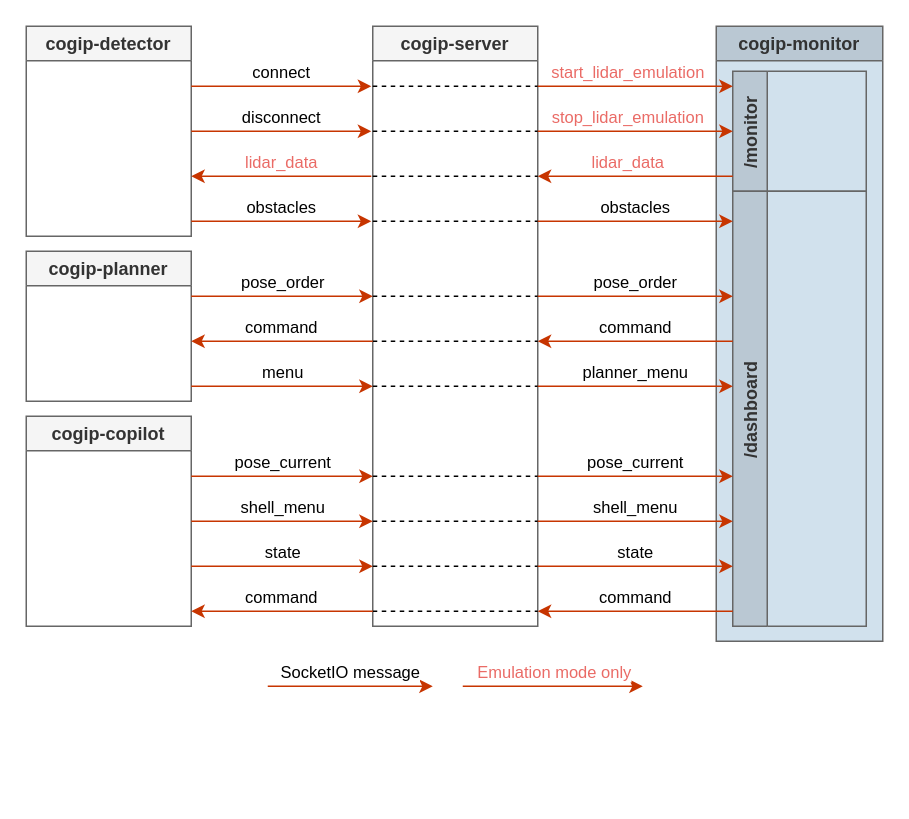
This is page "monitor" (6 of 7) of docs/img/cogip.drawio from cogip/simulation, a draw.io file, before an edit. Source tidied: cells renumbered, new cells numbered last; positions are measured from the earlier drawing's top-left corner, leaving out a move shared by most shapes. Both pictures are drawn from the tidied source at 150%, with x=0, y=0 at pixel (26, 26).
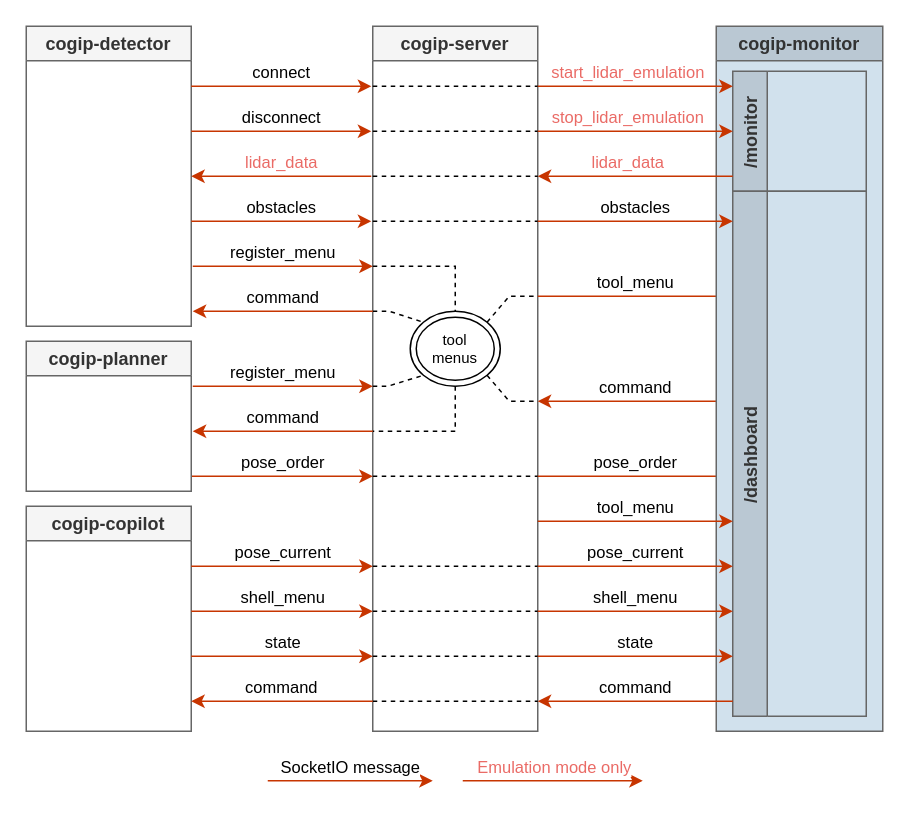
The same page after the edit.

Commit message (it also covers changes not shown here):
docs: update schemas with tool menus data flow

The edit, as a diff of the source:
```diff
@@
     <mxCell id="2" value="cogip-detector" style="swimlane;fillColor=#f5f5f5;strokeColor=#666666;swimlaneFillColor=none;fontColor=#333333;" parent="1" vertex="1">
-      <mxGeometry width="110" height="140" as="geometry" />
+      <mxGeometry width="110" height="200" as="geometry" />
     </mxCell>
     <mxCell id="3" value="cogip-server" style="swimlane;fillColor=#f5f5f5;fontColor=#333333;strokeColor=#666666;" parent="1" vertex="1">
-      <mxGeometry x="231" width="110" height="400" as="geometry" />
+      <mxGeometry x="231" width="110" height="470" as="geometry" />
     </mxCell>
@@
-    <mxCell id="7" style="endArrow=none;dashed=1;html=1;rounded=0;" parent="3" edge="1">
-      <mxGeometry relative="1" as="geometry">
-        <mxPoint y="180" as="sourcePoint" />
-        <mxPoint x="110" y="180" as="targetPoint" />
-      </mxGeometry>
-    </mxCell>
@@
-    <mxCell id="9" style="endArrow=none;dashed=1;html=1;rounded=0;" parent="3" edge="1">
-      <mxGeometry relative="1" as="geometry">
-        <mxPoint y="240" as="sourcePoint" />
-        <mxPoint x="110" y="240" as="targetPoint" />
-      </mxGeometry>
-    </mxCell>
-    <mxCell id="10" style="endArrow=none;dashed=1;html=1;rounded=0;" parent="3" edge="1">
-      <mxGeometry relative="1" as="geometry">
-        <mxPoint y="210" as="sourcePoint" />
-        <mxPoint x="110" y="210" as="targetPoint" />
-      </mxGeometry>
-    </mxCell>
     <mxCell id="11" style="endArrow=none;dashed=1;html=1;rounded=0;" parent="3" edge="1">
       <mxGeometry relative="1" as="geometry">
-        <mxPoint y="300" as="sourcePoint" />
-        <mxPoint x="110" y="300" as="targetPoint" />
+        <mxPoint y="360" as="sourcePoint" />
+        <mxPoint x="110" y="360" as="targetPoint" />
       </mxGeometry>
     </mxCell>
     <mxCell id="12" style="endArrow=none;dashed=1;html=1;rounded=0;" parent="3" edge="1">
       <mxGeometry relative="1" as="geometry">
-        <mxPoint y="330" as="sourcePoint" />
-        <mxPoint x="110" y="330" as="targetPoint" />
+        <mxPoint y="390" as="sourcePoint" />
+        <mxPoint x="110" y="390" as="targetPoint" />
       </mxGeometry>
     </mxCell>
     <mxCell id="13" style="endArrow=none;dashed=1;html=1;rounded=0;" parent="3" edge="1">
       <mxGeometry relative="1" as="geometry">
-        <mxPoint y="360" as="sourcePoint" />
-        <mxPoint x="110" y="360" as="targetPoint" />
+        <mxPoint y="420" as="sourcePoint" />
+        <mxPoint x="110" y="420" as="targetPoint" />
       </mxGeometry>
     </mxCell>
     <mxCell id="14" style="endArrow=none;dashed=1;html=1;rounded=0;" parent="3" edge="1">
       <mxGeometry relative="1" as="geometry">
-        <mxPoint y="390" as="sourcePoint" />
-        <mxPoint x="110" y="390" as="targetPoint" />
+        <mxPoint y="450" as="sourcePoint" />
+        <mxPoint x="110" y="450" as="targetPoint" />
       </mxGeometry>
     </mxCell>
+    <mxCell id="44" style="endArrow=none;dashed=1;html=1;rounded=0;entryX=0.5;entryY=0;entryDx=0;entryDy=0;" parent="3" edge="1" target="45">
+      <mxGeometry relative="1" as="geometry">
+        <mxPoint y="160" as="sourcePoint" />
+        <Array as="points">
+          <mxPoint x="55" y="160" />
+        </Array>
+      </mxGeometry>
+    </mxCell>
+    <mxCell id="45" value="tool&lt;br style=&quot;font-size: 10px;&quot;&gt;menus" style="ellipse;shape=doubleEllipse;whiteSpace=wrap;html=1;fontSize=10;" parent="3" vertex="1">
+      <mxGeometry x="25" y="190" width="60" height="50" as="geometry" />
+    </mxCell>
+    <mxCell id="46" style="endArrow=none;dashed=1;html=1;rounded=0;entryX=0;entryY=0;entryDx=0;entryDy=0;" parent="3" edge="1" target="45">
+      <mxGeometry relative="1" as="geometry">
+        <mxPoint y="190" as="sourcePoint" />
+        <Array as="points">
+          <mxPoint x="11" y="190" />
+        </Array>
+      </mxGeometry>
+    </mxCell>
+    <mxCell id="47" style="endArrow=none;dashed=1;html=1;rounded=0;exitX=1;exitY=0;exitDx=0;exitDy=0;" parent="3" edge="1" source="45">
+      <mxGeometry relative="1" as="geometry">
+        <mxPoint x="110" y="180" as="targetPoint" />
+        <Array as="points">
+          <mxPoint x="91" y="180" />
+        </Array>
+      </mxGeometry>
+    </mxCell>
+    <mxCell id="48" style="endArrow=none;dashed=1;html=1;rounded=0;exitX=0.5;exitY=1;exitDx=0;exitDy=0;" parent="3" edge="1" source="45">
+      <mxGeometry relative="1" as="geometry">
+        <mxPoint y="270" as="targetPoint" />
+        <Array as="points">
+          <mxPoint x="55" y="270" />
+        </Array>
+      </mxGeometry>
+    </mxCell>
+    <mxCell id="49" style="endArrow=none;dashed=1;html=1;rounded=0;exitX=1;exitY=1;exitDx=0;exitDy=0;" parent="3" edge="1" source="45">
+      <mxGeometry relative="1" as="geometry">
+        <mxPoint x="110" y="250" as="targetPoint" />
+        <Array as="points">
+          <mxPoint x="91" y="250" />
+        </Array>
+      </mxGeometry>
+    </mxCell>
+    <mxCell id="50" value="command" style="endArrow=classic;html=1;rounded=0;verticalAlign=bottom;fillColor=#fa6800;strokeColor=#C73500;" parent="3" edge="1">
+      <mxGeometry relative="1" as="geometry">
+        <mxPoint y="190" as="sourcePoint" />
+        <mxPoint x="-120" y="190" as="targetPoint" />
+      </mxGeometry>
+    </mxCell>
+    <mxCell id="51" value="command" style="endArrow=classic;html=1;rounded=0;verticalAlign=bottom;fillColor=#fa6800;strokeColor=#C73500;" parent="3" edge="1">
+      <mxGeometry relative="1" as="geometry">
+        <mxPoint x="240" y="250" as="sourcePoint" />
+        <mxPoint x="110" y="250" as="targetPoint" />
+      </mxGeometry>
+    </mxCell>
+    <mxCell id="52" value="command" style="endArrow=classic;html=1;rounded=0;verticalAlign=bottom;fillColor=#fa6800;strokeColor=#C73500;" parent="3" edge="1">
+      <mxGeometry relative="1" as="geometry">
+        <mxPoint y="270" as="sourcePoint" />
+        <mxPoint x="-120" y="270" as="targetPoint" />
+      </mxGeometry>
+    </mxCell>
+    <mxCell id="53" style="endArrow=none;dashed=1;html=1;rounded=0;entryX=0;entryY=1;entryDx=0;entryDy=0;" parent="3" edge="1" target="45">
+      <mxGeometry relative="1" as="geometry">
+        <mxPoint y="240" as="sourcePoint" />
+        <Array as="points">
+          <mxPoint x="10" y="240" />
+        </Array>
+      </mxGeometry>
+    </mxCell>
+    <mxCell id="54" value="tool_menu" style="endArrow=classic;html=1;rounded=0;verticalAlign=bottom;fillColor=#fa6800;strokeColor=#C73500;" parent="3" edge="1">
+      <mxGeometry relative="1" as="geometry">
+        <mxPoint x="110" y="180" as="sourcePoint" />
+        <mxPoint x="240" y="180" as="targetPoint" />
+      </mxGeometry>
+    </mxCell>
+    <mxCell id="55" value="register_menu" style="endArrow=classic;html=1;rounded=0;verticalAlign=bottom;fillColor=#fa6800;strokeColor=#C73500;" parent="3" edge="1">
+      <mxGeometry relative="1" as="geometry">
+        <mxPoint x="-120" y="240" as="sourcePoint" />
+        <mxPoint y="240" as="targetPoint" />
+      </mxGeometry>
+    </mxCell>
+    <mxCell id="56" value="register_menu" style="endArrow=classic;html=1;rounded=0;verticalAlign=bottom;fillColor=#fa6800;strokeColor=#C73500;" parent="3" edge="1">
+      <mxGeometry relative="1" as="geometry">
+        <mxPoint x="-120" y="160" as="sourcePoint" />
+        <mxPoint y="160" as="targetPoint" />
+      </mxGeometry>
+    </mxCell>
+    <mxCell id="7" style="endArrow=none;dashed=1;html=1;rounded=0;" parent="3" edge="1">
+      <mxGeometry relative="1" as="geometry">
+        <mxPoint y="300" as="sourcePoint" />
+        <mxPoint x="110" y="300" as="targetPoint" />
+      </mxGeometry>
+    </mxCell>
+    <mxCell id="32" value="pose_order" style="endArrow=classic;html=1;rounded=0;verticalAlign=bottom;fillColor=#fa6800;strokeColor=#C73500;" parent="3" edge="1">
+      <mxGeometry relative="1" as="geometry">
+        <mxPoint x="110" y="300" as="sourcePoint" />
+        <mxPoint x="240" y="300" as="targetPoint" />
+      </mxGeometry>
+    </mxCell>
+    <mxCell id="35" value="pose_order" style="endArrow=classic;html=1;rounded=0;verticalAlign=bottom;fillColor=#fa6800;strokeColor=#C73500;" parent="3" edge="1">
+      <mxGeometry relative="1" as="geometry">
+        <mxPoint x="-121" y="300" as="sourcePoint" />
+        <mxPoint y="300" as="targetPoint" />
+      </mxGeometry>
+    </mxCell>
     <mxCell id="15" value="cogip-monitor" style="swimlane;fillColor=#BAC8D3;strokeColor=#666666;fontColor=#333333;swimlaneFillColor=#D1E1ED;" parent="1" vertex="1">
-      <mxGeometry x="460" width="111" height="410" as="geometry" />
+      <mxGeometry x="460" width="111" height="470" as="geometry" />
     </mxCell>
@@
     <mxCell id="17" value="/dashboard" style="swimlane;horizontal=0;fontColor=#333333;fillColor=#BAC8D3;strokeColor=#666666;" parent="15" vertex="1">
-      <mxGeometry x="11" y="110" width="89" height="290" as="geometry" />
+      <mxGeometry x="11" y="110" width="89" height="350" as="geometry" />
     </mxCell>
     <mxCell id="18" value="cogip-copilot" style="swimlane;fillColor=#f5f5f5;fontColor=#333333;strokeColor=#666666;" parent="1" vertex="1">
-      <mxGeometry y="260" width="110" height="140" as="geometry" />
+      <mxGeometry y="320" width="110" height="150" as="geometry" />
     </mxCell>
@@
     <mxCell id="26" value="cogip-planner" style="swimlane;fillColor=#f5f5f5;fontColor=#333333;strokeColor=#666666;" parent="1" vertex="1">
-      <mxGeometry y="150" width="110" height="100" as="geometry" />
+      <mxGeometry y="210" width="110" height="100" as="geometry" />
     </mxCell>
@@
     <mxCell id="28" value="SocketIO message" style="endArrow=classic;html=1;rounded=0;verticalAlign=bottom;strokeColor=#C73500;fillColor=#fa6800;" parent="1" edge="1">
       <mxGeometry relative="1" as="geometry">
-        <mxPoint x="161" y="440" as="sourcePoint" />
-        <mxPoint x="271" y="440" as="targetPoint" />
+        <mxPoint x="161" y="503" as="sourcePoint" />
+        <mxPoint x="271" y="503" as="targetPoint" />
       </mxGeometry>
     </mxCell>
     <mxCell id="29" value="Emulation mode only" style="endArrow=classic;html=1;rounded=0;verticalAlign=bottom;fontColor=#EA6B66;fillColor=#fa6800;strokeColor=#C73500;" parent="1" edge="1">
       <mxGeometry x="0.02" relative="1" as="geometry">
-        <mxPoint x="291" y="440" as="sourcePoint" />
-        <mxPoint x="411" y="440" as="targetPoint" />
+        <mxPoint x="291" y="503" as="sourcePoint" />
+        <mxPoint x="411" y="503" as="targetPoint" />
       </mxGeometry>
     </mxCell>
-    <mxCell id="30" value="planner_menu" style="endArrow=classic;html=1;rounded=0;verticalAlign=bottom;fillColor=#fa6800;strokeColor=#C73500;" parent="1" edge="1">
+    <mxCell id="30" value="tool_menu" style="endArrow=classic;html=1;rounded=0;verticalAlign=bottom;fillColor=#fa6800;strokeColor=#C73500;" parent="1" edge="1">
       <mxGeometry relative="1" as="geometry">
-        <mxPoint x="341" y="240" as="sourcePoint" />
-        <mxPoint x="471" y="240" as="targetPoint" />
+        <mxPoint x="341" y="330" as="sourcePoint" />
+        <mxPoint x="471" y="330" as="targetPoint" />
       </mxGeometry>
     </mxCell>
-    <mxCell id="31" value="command" style="endArrow=classic;html=1;rounded=0;verticalAlign=bottom;fillColor=#fa6800;strokeColor=#C73500;" parent="1" edge="1">
-      <mxGeometry relative="1" as="geometry">
-        <mxPoint x="471" y="210" as="sourcePoint" />
-        <mxPoint x="341" y="210" as="targetPoint" />
-      </mxGeometry>
-    </mxCell>
-    <mxCell id="32" value="pose_order" style="endArrow=classic;html=1;rounded=0;verticalAlign=bottom;fillColor=#fa6800;strokeColor=#C73500;" parent="1" edge="1">
-      <mxGeometry relative="1" as="geometry">
-        <mxPoint x="341" y="180" as="sourcePoint" />
-        <mxPoint x="471" y="180" as="targetPoint" />
-      </mxGeometry>
-    </mxCell>
-    <mxCell id="33" value="menu" style="endArrow=classic;html=1;rounded=0;verticalAlign=bottom;fillColor=#fa6800;strokeColor=#C73500;" parent="1" edge="1">
-      <mxGeometry relative="1" as="geometry">
-        <mxPoint x="110" y="240" as="sourcePoint" />
-        <mxPoint x="231" y="240" as="targetPoint" />
-      </mxGeometry>
-    </mxCell>
-    <mxCell id="34" value="command" style="endArrow=classic;html=1;rounded=0;verticalAlign=bottom;fillColor=#fa6800;strokeColor=#C73500;" parent="1" edge="1">
-      <mxGeometry relative="1" as="geometry">
-        <mxPoint x="231" y="210" as="sourcePoint" />
-        <mxPoint x="110" y="210" as="targetPoint" />
-      </mxGeometry>
-    </mxCell>
-    <mxCell id="35" value="pose_order" style="endArrow=classic;html=1;rounded=0;verticalAlign=bottom;fillColor=#fa6800;strokeColor=#C73500;" parent="1" edge="1">
-      <mxGeometry relative="1" as="geometry">
-        <mxPoint x="110" y="180" as="sourcePoint" />
-        <mxPoint x="231" y="180" as="targetPoint" />
-      </mxGeometry>
-    </mxCell>
     <mxCell id="36" value="shell_menu" style="endArrow=classic;html=1;rounded=0;verticalAlign=bottom;fillColor=#fa6800;strokeColor=#C73500;" parent="1" edge="1">
       <mxGeometry relative="1" as="geometry">
-        <mxPoint x="341" y="330" as="sourcePoint" />
-        <mxPoint x="471" y="330" as="targetPoint" />
+        <mxPoint x="341" y="390" as="sourcePoint" />
+        <mxPoint x="471" y="390" as="targetPoint" />
       </mxGeometry>
     </mxCell>
     <mxCell id="37" value="command" style="endArrow=classic;html=1;rounded=0;verticalAlign=bottom;fillColor=#fa6800;strokeColor=#C73500;" parent="1" edge="1">
       <mxGeometry relative="1" as="geometry">
-        <mxPoint x="471" y="390" as="sourcePoint" />
-        <mxPoint x="341" y="390" as="targetPoint" />
+        <mxPoint x="471" y="450" as="sourcePoint" />
+        <mxPoint x="341" y="450" as="targetPoint" />
       </mxGeometry>
     </mxCell>
     <mxCell id="38" value="pose_current" style="endArrow=classic;html=1;rounded=0;verticalAlign=bottom;fillColor=#fa6800;strokeColor=#C73500;" parent="1" edge="1">
       <mxGeometry relative="1" as="geometry">
-        <mxPoint x="341" y="300" as="sourcePoint" />
-        <mxPoint x="471" y="300" as="targetPoint" />
+        <mxPoint x="341" y="360" as="sourcePoint" />
+        <mxPoint x="471" y="360" as="targetPoint" />
       </mxGeometry>
     </mxCell>
     <mxCell id="39" value="state" style="endArrow=classic;html=1;rounded=0;verticalAlign=bottom;fillColor=#fa6800;strokeColor=#C73500;" parent="1" edge="1">
       <mxGeometry relative="1" as="geometry">
-        <mxPoint x="341" y="360" as="sourcePoint" />
-        <mxPoint x="471" y="360" as="targetPoint" />
+        <mxPoint x="341" y="420" as="sourcePoint" />
+        <mxPoint x="471" y="420" as="targetPoint" />
       </mxGeometry>
     </mxCell>
     <mxCell id="40" value="shell_menu" style="endArrow=classic;html=1;rounded=0;verticalAlign=bottom;fillColor=#fa6800;strokeColor=#C73500;" parent="1" edge="1">
       <mxGeometry relative="1" as="geometry">
-        <mxPoint x="110" y="330" as="sourcePoint" />
-        <mxPoint x="231" y="330" as="targetPoint" />
+        <mxPoint x="110" y="390" as="sourcePoint" />
+        <mxPoint x="231" y="390" as="targetPoint" />
       </mxGeometry>
     </mxCell>
     <mxCell id="41" value="command" style="endArrow=classic;html=1;rounded=0;verticalAlign=bottom;fillColor=#fa6800;strokeColor=#C73500;" parent="1" edge="1">
       <mxGeometry relative="1" as="geometry">
-        <mxPoint x="231" y="390" as="sourcePoint" />
-        <mxPoint x="110" y="390" as="targetPoint" />
+        <mxPoint x="231" y="450" as="sourcePoint" />
+        <mxPoint x="110" y="450" as="targetPoint" />
       </mxGeometry>
     </mxCell>
     <mxCell id="42" value="pose_current" style="endArrow=classic;html=1;rounded=0;verticalAlign=bottom;fillColor=#fa6800;strokeColor=#C73500;" parent="1" edge="1">
       <mxGeometry relative="1" as="geometry">
-        <mxPoint x="110" y="300" as="sourcePoint" />
-        <mxPoint x="231" y="300" as="targetPoint" />
+        <mxPoint x="110" y="360" as="sourcePoint" />
+        <mxPoint x="231" y="360" as="targetPoint" />
       </mxGeometry>
     </mxCell>
     <mxCell id="43" value="state" style="endArrow=classic;html=1;rounded=0;verticalAlign=bottom;fillColor=#fa6800;strokeColor=#C73500;" parent="1" edge="1">
       <mxGeometry relative="1" as="geometry">
-        <mxPoint x="110" y="360" as="sourcePoint" />
-        <mxPoint x="231" y="360" as="targetPoint" />
+        <mxPoint x="110" y="420" as="sourcePoint" />
+        <mxPoint x="231" y="420" as="targetPoint" />
       </mxGeometry>
     </mxCell>
```
